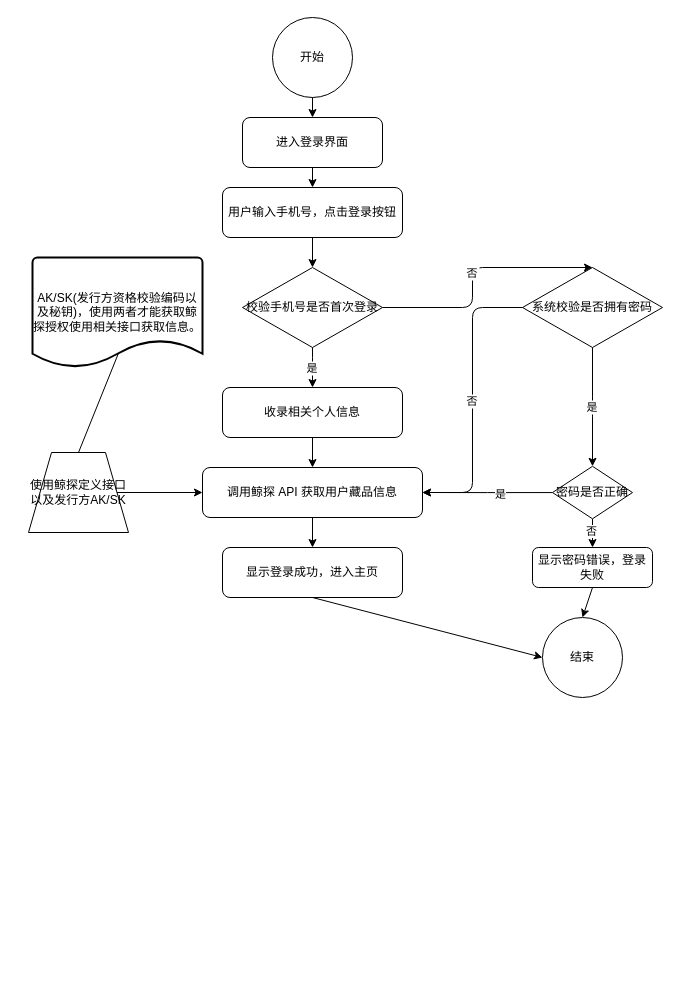
Above: page "leahH5登陆流程图" (1 of 2) of demp.drawio in FreedomXuanyuan/LeahUML (draw.io), before the change. Source tidied: cells renumbered, new cells numbered last; positions are measured from the earlier drawing's top-left corner, leaving out a move shared by most shapes. Both pictures are drawn from the tidied source at 100%, with x=0, y=0 at pixel (28, 17).
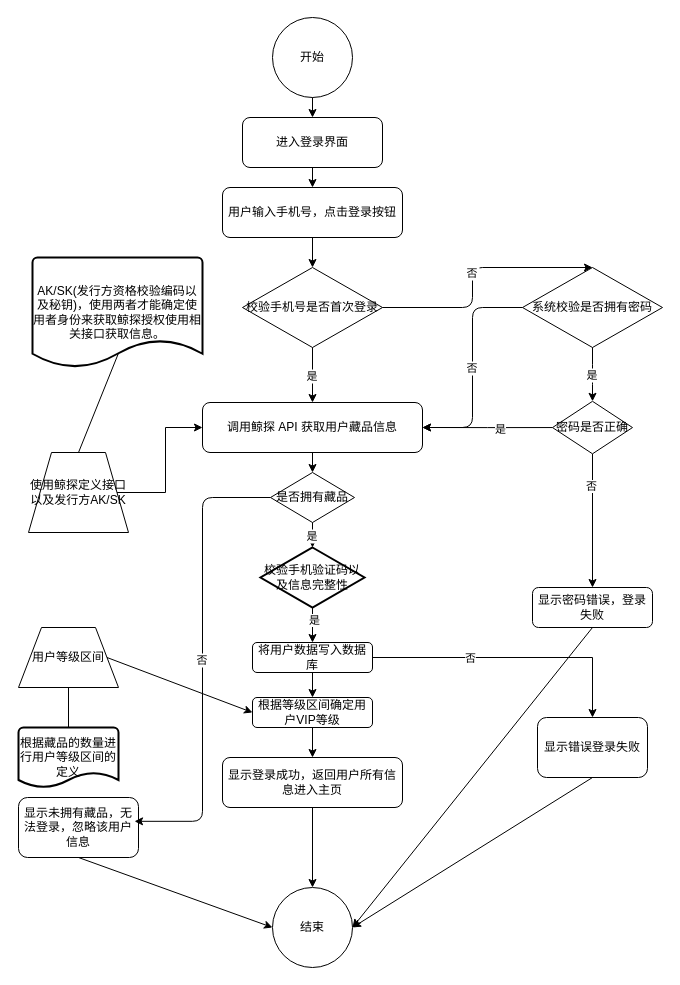
Above is the later version.

The change refers to these unchanged cells:
```xml
<mxCell id="5" value="校验手机号是否首次登录" style="rhombus;whiteSpace=wrap;html=1;" parent="1" vertex="1">
  <mxGeometry x="214" y="250" width="140" height="80" as="geometry" />
</mxCell>
```

Diff of the diagram source:
```diff
@@
-    <mxCell id="6" value="是" style="edgeStyle=elbowEdgeStyle;" parent="1" edge="1" source="5" target="7">
+    <mxCell id="6" value="是" style="edgeStyle=elbowEdgeStyle;entryX=0.5;entryY=0;entryDx=0;entryDy=0;" parent="1" edge="1" source="5" target="8">
       <mxGeometry relative="1" as="geometry" />
     </mxCell>
-    <mxCell id="7" value="收录相关个人信息" style="rounded=1;whiteSpace=wrap;html=1;" parent="1" vertex="1">
-      <mxGeometry x="194" y="370" width="180" height="50" as="geometry" />
-    </mxCell>
     <mxCell id="8" value="调用鲸探 API 获取用户藏品信息" style="rounded=1;whiteSpace=wrap;html=1;" parent="1" vertex="1">
-      <mxGeometry x="174" y="450" width="220" height="50" as="geometry" />
+      <mxGeometry x="174" y="385" width="220" height="50" as="geometry" />
     </mxCell>
-    <mxCell id="9" value="显示登录成功，进入主页" style="rounded=1;whiteSpace=wrap;html=1;" parent="1" vertex="1">
-      <mxGeometry x="194" y="530" width="180" height="50" as="geometry" />
+    <mxCell id="9" value="显示登录成功，返回用户所有信息进入主页" style="rounded=1;whiteSpace=wrap;html=1;" parent="1" vertex="1">
+      <mxGeometry x="194" y="740" width="180" height="50" as="geometry" />
     </mxCell>
@@
     <mxCell id="13" value="结束" style="ellipse;whiteSpace=wrap;html=1;" parent="1" vertex="1">
-      <mxGeometry x="514" y="600" width="80" height="80" as="geometry" />
+      <mxGeometry x="244" y="870" width="80" height="80" as="geometry" />
     </mxCell>
@@
-    <mxCell id="18" parent="1" edge="1" source="7" target="8">
-      <mxGeometry relative="1" as="geometry" />
-    </mxCell>
-    <mxCell id="19" parent="1" edge="1" source="8" target="9">
-      <mxGeometry relative="1" as="geometry" />
-    </mxCell>
-    <mxCell id="20" style="exitX=0.5;exitY=1;exitDx=0;exitDy=0;entryX=0;entryY=0.5;entryDx=0;entryDy=0;" parent="1" edge="1" source="9" target="13">
+    <mxCell id="20" style="exitX=0.5;exitY=1;exitDx=0;exitDy=0;entryX=0.5;entryY=0;entryDx=0;entryDy=0;" parent="1" edge="1" source="9" target="13">
       <mxGeometry relative="1" as="geometry" />
     </mxCell>
-    <mxCell id="21" style="edgeStyle=orthogonalEdgeStyle;rounded=0;jettySize=auto;html=1;exitX=0;exitY=0.5;exitDx=0;exitDy=0;" parent="1" edge="1" source="25" target="8">
+    <mxCell id="21" style="edgeStyle=orthogonalEdgeStyle;rounded=0;jettySize=auto;html=1;exitX=0;exitY=0.5;exitDx=0;exitDy=0;entryX=1;entryY=0.5;entryDx=0;entryDy=0;" parent="1" edge="1" source="25" target="8">
       <mxGeometry relative="1" as="geometry" />
     </mxCell>
@@
     <mxCell id="25" value="密码是否正确" style="rhombus;whiteSpace=wrap;html=1;" parent="1" vertex="1">
-      <mxGeometry x="524" y="448.8" width="80" height="52.5" as="geometry" />
+      <mxGeometry x="524" y="383.8" width="80" height="52.5" as="geometry" />
     </mxCell>
     <mxCell id="26" value="显示密码错误，登录失败" style="rounded=1;whiteSpace=wrap;html=1;" parent="1" vertex="1">
-      <mxGeometry x="504" y="530" width="120" height="40" as="geometry" />
+      <mxGeometry x="504" y="570" width="120" height="40" as="geometry" />
     </mxCell>
-    <mxCell id="27" style="exitX=0.5;exitY=1;exitDx=0;exitDy=0;entryX=0.5;entryY=0;entryDx=0;entryDy=0;" parent="1" edge="1" source="26" target="13">
+    <mxCell id="27" style="exitX=0.5;exitY=1;exitDx=0;exitDy=0;entryX=1;entryY=0.5;entryDx=0;entryDy=0;" parent="1" edge="1" source="26" target="13">
       <mxGeometry relative="1" as="geometry" />
     </mxCell>
@@
-    <mxCell id="30" value="AK/SK(发行方资格校验编码以及秘钥)，使用两者才能获取鲸探授权使用相关接口获取信息。" style="strokeWidth=2;html=1;shape=mxgraph.flowchart.document2;whiteSpace=wrap;size=0.25;" parent="1" vertex="1">
+    <mxCell id="30" value="AK/SK(发行方资格校验编码以及秘钥)，使用两者才能确定使用者身份来获取鲸探授权使用相关接口获取信息。" style="strokeWidth=2;html=1;shape=mxgraph.flowchart.document2;whiteSpace=wrap;size=0.25;" parent="1" vertex="1">
       <mxGeometry x="4" y="240" width="170" height="110" as="geometry" />
     </mxCell>
@@
+    <mxCell id="32" style="edgeStyle=orthogonalEdgeStyle;rounded=0;jettySize=auto;html=1;exitX=0.5;exitY=1;exitDx=0;exitDy=0;entryX=0.5;entryY=0;entryDx=0;entryDy=0;" parent="1" edge="1" source="33" target="9">
+      <mxGeometry relative="1" as="geometry" />
+    </mxCell>
+    <mxCell id="33" value="根据等级区间确定用户VIP等级" style="rounded=1;whiteSpace=wrap;html=1;" parent="1" vertex="1">
+      <mxGeometry x="224" y="680" width="120" height="30" as="geometry" />
+    </mxCell>
+    <mxCell id="34" value="用户等级区间" style="verticalLabelPosition=middle;verticalAlign=middle;html=1;shape=trapezoid;perimeter=trapezoidPerimeter;whiteSpace=wrap;size=0.23;arcSize=10;flipV=1;labelPosition=center;align=center;direction=west;" parent="1" vertex="1">
+      <mxGeometry x="-10" y="610" width="100" height="60" as="geometry" />
+    </mxCell>
+    <mxCell id="35" style="endArrow=classic;html=1;rounded=0;exitX=0;exitY=0.5;exitDx=0;exitDy=0;entryX=0;entryY=0.5;entryDx=0;entryDy=0;" parent="1" edge="1" source="34" target="33">
+      <mxGeometry relative="1" as="geometry" />
+    </mxCell>
+    <mxCell id="36" value="是否拥有藏品" style="rhombus;whiteSpace=wrap;html=1;" parent="1" vertex="1">
+      <mxGeometry x="242" y="455" width="84" height="50" as="geometry" />
+    </mxCell>
+    <mxCell id="37" value="显示未拥有藏品，无法登录，忽略该用户信息" style="rounded=1;whiteSpace=wrap;html=1;" parent="1" vertex="1">
+      <mxGeometry x="-10" y="780" width="120" height="60" as="geometry" />
+    </mxCell>
+    <mxCell id="38" value="否" style="edgeStyle=elbowEdgeStyle;entryX=0.967;entryY=0.397;entryDx=0;entryDy=0;exitX=0;exitY=0.5;exitDx=0;exitDy=0;entryPerimeter=0;" parent="1" edge="1" source="36" target="37">
+      <mxGeometry relative="1" as="geometry" />
+    </mxCell>
+    <mxCell id="39" style="exitX=0.5;exitY=1;exitDx=0;exitDy=0;entryX=0;entryY=0.5;entryDx=0;entryDy=0;" parent="1" edge="1" source="37" target="13">
+      <mxGeometry relative="1" as="geometry" />
+    </mxCell>
+    <mxCell id="40" value="根据藏品的数量进行用户等级区间的定义" style="strokeWidth=2;html=1;shape=mxgraph.flowchart.document2;whiteSpace=wrap;size=0.25;" parent="1" vertex="1">
+      <mxGeometry x="-10" y="710" width="100" height="60" as="geometry" />
+    </mxCell>
+    <mxCell id="41" style="endArrow=none;html=1;rounded=0;entryX=0.5;entryY=0;entryDx=0;entryDy=0;entryPerimeter=0;exitX=0.5;exitY=0;exitDx=0;exitDy=0;" parent="1" edge="1" source="34" target="40">
+      <mxGeometry relative="1" as="geometry" />
+    </mxCell>
+    <mxCell id="42" style="edgeStyle=orthogonalEdgeStyle;rounded=0;jettySize=auto;html=1;exitX=0.5;exitY=1;exitDx=0;exitDy=0;entryX=0.5;entryY=0;entryDx=0;entryDy=0;" parent="1" edge="1" source="45" target="33">
+      <mxGeometry relative="1" as="geometry" />
+    </mxCell>
+    <mxCell id="43" style="edgeStyle=orthogonalEdgeStyle;rounded=0;jettySize=auto;html=1;exitX=1;exitY=0.5;exitDx=0;exitDy=0;" parent="1" edge="1" source="45" target="51">
+      <mxGeometry relative="1" as="geometry" />
+    </mxCell>
+    <mxCell id="44" value="否" style="edgeLabel;html=1;align=center;verticalAlign=middle;" parent="43" vertex="1">
+      <mxGeometry x="-0.31" relative="1" as="geometry" />
+    </mxCell>
+    <mxCell id="45" value="将用户数据写入数据库" style="rounded=1;whiteSpace=wrap;html=1;" parent="1" vertex="1">
+      <mxGeometry x="224" y="625" width="120" height="30" as="geometry" />
+    </mxCell>
+    <mxCell id="46" style="endArrow=classic;html=1;rounded=0;entryX=0.5;entryY=0;entryDx=0;entryDy=0;exitX=0.5;exitY=1;exitDx=0;exitDy=0;" parent="1" edge="1" source="8" target="36">
+      <mxGeometry relative="1" as="geometry" />
+    </mxCell>
+    <mxCell id="47" value="是" style="edgeStyle=elbowEdgeStyle;elbow=vertical;exitX=0.5;exitY=1;exitDx=0;exitDy=0;" parent="1" edge="1" source="36" target="50">
+      <mxGeometry relative="1" as="geometry" />
+    </mxCell>
+    <mxCell id="48" style="edgeStyle=orthogonalEdgeStyle;rounded=0;jettySize=auto;html=1;exitX=0.5;exitY=1;exitDx=0;exitDy=0;exitPerimeter=0;" parent="1" edge="1" source="50" target="45">
+      <mxGeometry relative="1" as="geometry" />
+    </mxCell>
+    <mxCell id="49" value="是" style="edgeLabel;html=1;align=center;verticalAlign=middle;" parent="48" vertex="1">
+      <mxGeometry x="-0.25" y="1" relative="1" as="geometry">
+        <mxPoint y="-5" as="offset" />
+      </mxGeometry>
+    </mxCell>
+    <mxCell id="50" value="校验手机验证码以及信息完整性" style="strokeWidth=2;html=1;shape=mxgraph.flowchart.decision;whiteSpace=wrap;" parent="1" vertex="1">
+      <mxGeometry x="232" y="530" width="104" height="60" as="geometry" />
+    </mxCell>
+    <mxCell id="51" value="显示错误登录失败" style="rounded=1;whiteSpace=wrap;html=1;" parent="1" vertex="1">
+      <mxGeometry x="509" y="700" width="110" height="60" as="geometry" />
+    </mxCell>
+    <mxCell id="52" style="endArrow=classic;html=1;rounded=0;exitX=0.5;exitY=1;exitDx=0;exitDy=0;entryX=1;entryY=0.5;entryDx=0;entryDy=0;" parent="1" edge="1" source="51" target="13">
+      <mxGeometry relative="1" as="geometry" />
+    </mxCell>
```
